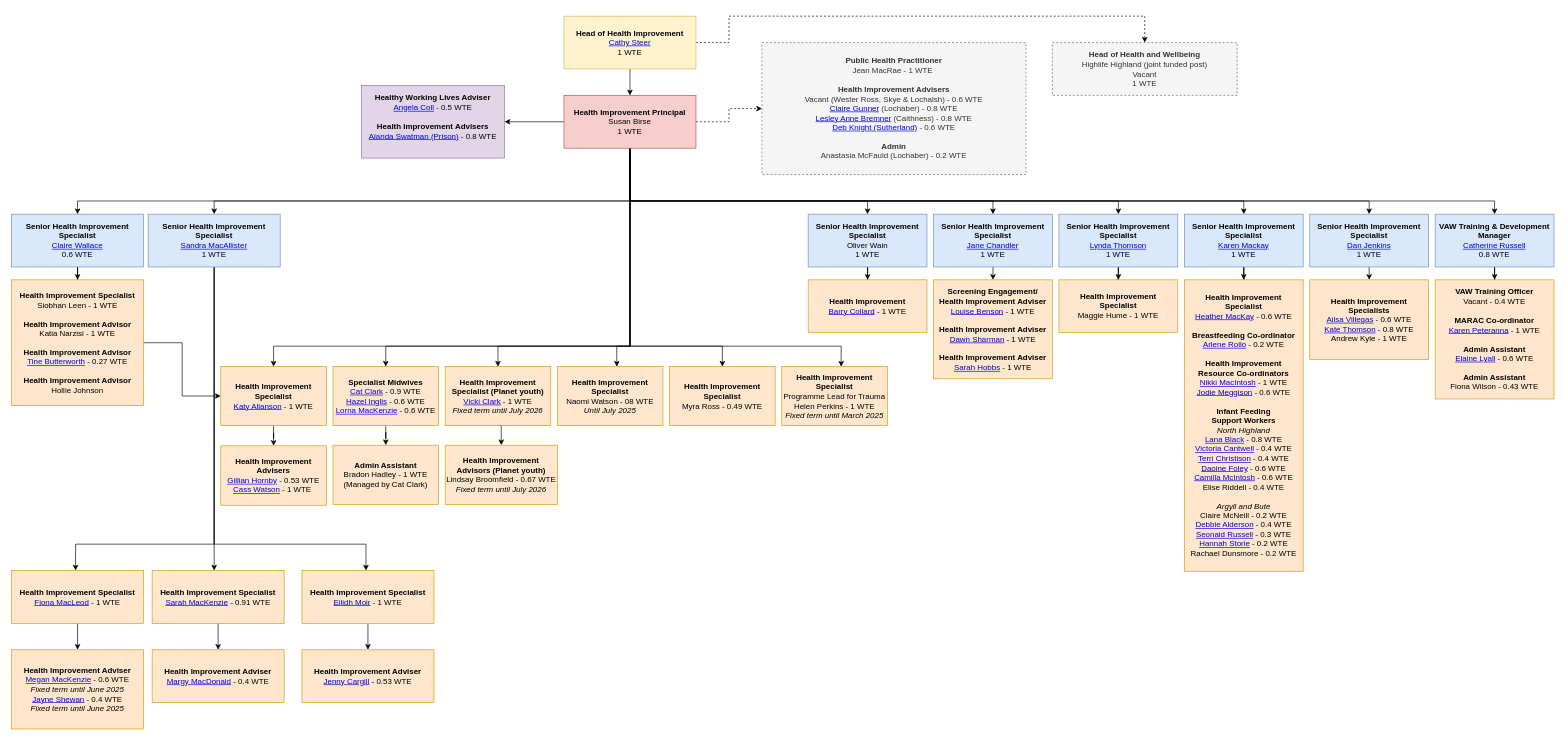
The draw.io diagram Untitled Diagram.drawio in barrycollard/staffOrgChart, before the edit. Source tidied: cells renumbered, new cells numbered last; positions are measured from the earlier drawing's top-left corner, leaving out a move shared by most shapes. Both pictures are drawn from the tidied source at 66%, with x=0, y=0 at pixel (11, 16).
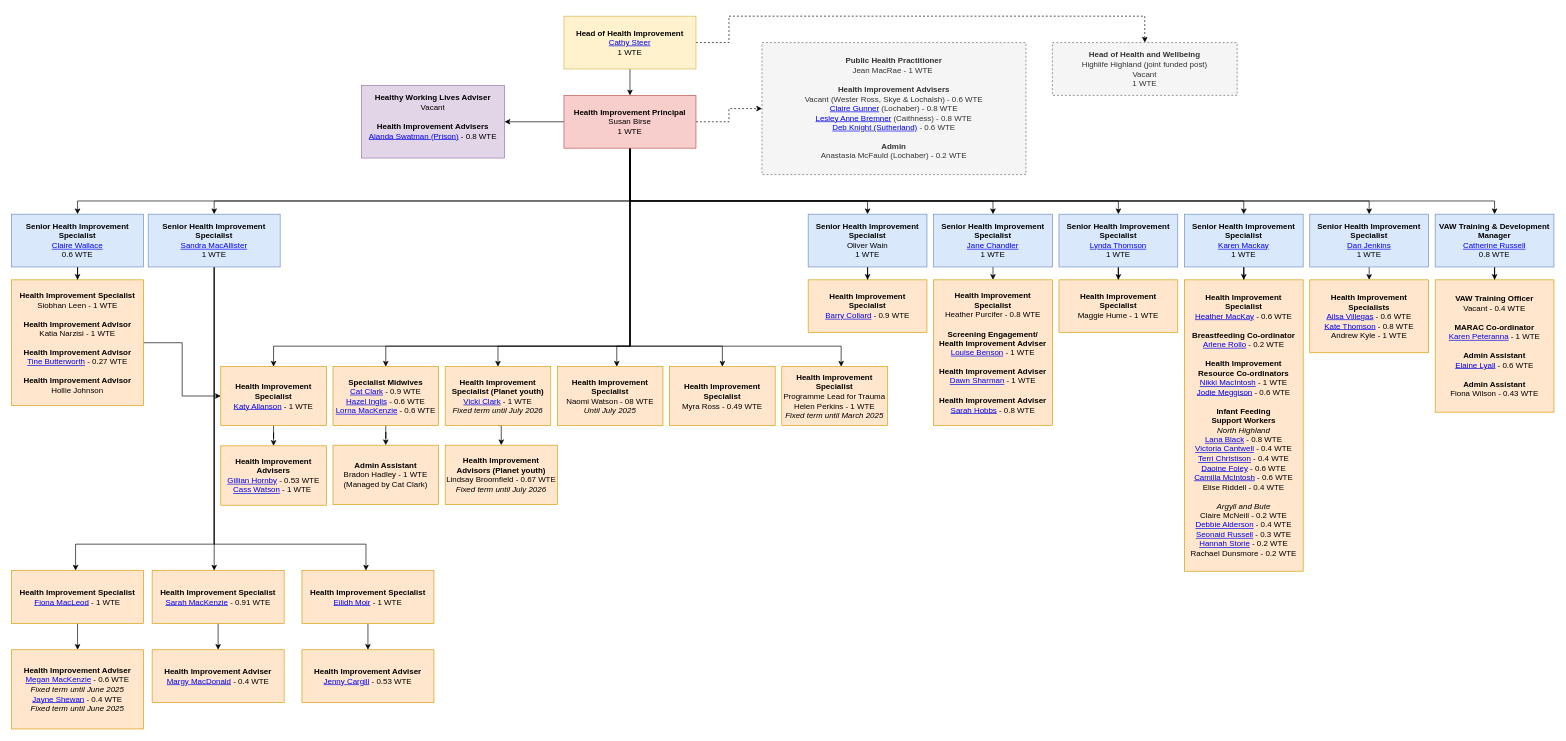
Above is the later version.

Commit message:
Added Heather Percifer

What changed in the source:
```diff
@@
-    <mxCell id="22" value="&lt;div&gt;&lt;b&gt;Healthy Working Lives Adviser&lt;/b&gt;&lt;/div&gt;&lt;div&gt;&lt;a href=&quot;/staff/angela-coll/&quot;&gt;Angela Coll&lt;/a&gt; - 0.5 WTE&lt;/div&gt;&lt;div&gt;&lt;br&gt;&lt;/div&gt;&lt;div&gt;&lt;b style=&quot;background-color: initial;&quot;&gt;Health Improvement Advisers&lt;/b&gt;&lt;br&gt;&lt;/div&gt;&lt;div&gt;&lt;div&gt;&lt;a style=&quot;background-color: initial;&quot; href=&quot;/staff/alanda-swatman/&quot;&gt;Alanda Swatman (Prison)&lt;/a&gt;&lt;span style=&quot;background-color: initial;&quot;&gt; - 0.8 WTE&lt;/span&gt;&lt;br&gt;&lt;/div&gt;&lt;/div&gt;&lt;div&gt;&lt;br&gt;&lt;/div&gt;" style="rounded=0;whiteSpace=wrap;html=1;fillColor=#e1d5e7;strokeColor=#9673a6;" parent="1" vertex="1">
+    <mxCell id="22" value="&lt;div&gt;&lt;b&gt;Healthy Working Lives Adviser&lt;/b&gt;&lt;/div&gt;&lt;div&gt;Vacant&lt;/div&gt;&lt;div&gt;&lt;br&gt;&lt;/div&gt;&lt;div&gt;&lt;b style=&quot;background-color: initial;&quot;&gt;Health Improvement Advisers&lt;/b&gt;&lt;br&gt;&lt;/div&gt;&lt;div&gt;&lt;div&gt;&lt;a style=&quot;background-color: initial;&quot; href=&quot;/staff/alanda-swatman/&quot;&gt;Alanda Swatman (Prison)&lt;/a&gt;&lt;span style=&quot;background-color: initial;&quot;&gt; - 0.8 WTE&lt;/span&gt;&lt;br&gt;&lt;/div&gt;&lt;/div&gt;&lt;div&gt;&lt;br&gt;&lt;/div&gt;" style="rounded=0;whiteSpace=wrap;html=1;fillColor=#e1d5e7;strokeColor=#9673a6;" parent="1" vertex="1">
       <mxGeometry x="530" y="105" width="217" height="110" as="geometry" />
     </mxCell>
@@
-    <mxCell id="44" value="&lt;b&gt;Screening Engagement/&lt;br&gt;Health Improvement Adviser&lt;/b&gt;&lt;div&gt;&lt;a href=&quot;https://nhshighland.publichealth.scot.nhs.uk/staff/louise-benson/&quot;&gt;Louise Benson&lt;/a&gt; - 1 WTE&lt;br&gt;&lt;/div&gt;&lt;div&gt;&lt;br&gt;&lt;/div&gt;&lt;div&gt;&lt;b&gt;Health Improvement Adviser&lt;/b&gt;&lt;/div&gt;&lt;div&gt;&lt;a href=&quot;https://nhshighland.publichealth.scot.nhs.uk/staff/dawn-sharman/&quot;&gt;Dawn Sharman&lt;/a&gt; - 1 WTE&lt;/div&gt;&lt;div&gt;&lt;br&gt;&lt;/div&gt;&lt;div&gt;&lt;div&gt;&lt;b&gt;Health Improvement Adviser&lt;/b&gt;&lt;/div&gt;&lt;div&gt;&lt;a href=&quot;https://nhshighland.publichealth.scot.nhs.uk/staff/sarah-hobbs/&quot;&gt;Sarah Hobbs&lt;/a&gt;&amp;nbsp;- 1 WTE&lt;/div&gt;&lt;/div&gt;" style="rounded=0;whiteSpace=wrap;html=1;fillColor=#ffe6cc;strokeColor=#d79b00;" parent="1" vertex="1">
-      <mxGeometry x="1397" y="399.5" width="180" height="150" as="geometry" />
+    <mxCell id="44" value="&lt;div&gt;&lt;b&gt;Health Improvement&lt;br&gt;Specialist&lt;/b&gt;&lt;/div&gt;&lt;div&gt;Heather Purcifer - 0.8 WTE&lt;/div&gt;&lt;div&gt;&lt;b&gt;&lt;br&gt;&lt;/b&gt;&lt;/div&gt;&lt;b&gt;Screening Engagement/&lt;br&gt;Health Improvement Adviser&lt;/b&gt;&lt;div&gt;&lt;a href=&quot;https://nhshighland.publichealth.scot.nhs.uk/staff/louise-benson/&quot;&gt;Louise Benson&lt;/a&gt; - 1 WTE&lt;br&gt;&lt;/div&gt;&lt;div&gt;&lt;br&gt;&lt;/div&gt;&lt;div&gt;&lt;b&gt;Health Improvement Adviser&lt;/b&gt;&lt;/div&gt;&lt;div&gt;&lt;a href=&quot;https://nhshighland.publichealth.scot.nhs.uk/staff/dawn-sharman/&quot;&gt;Dawn Sharman&lt;/a&gt; - 1 WTE&lt;/div&gt;&lt;div&gt;&lt;br&gt;&lt;/div&gt;&lt;div&gt;&lt;div&gt;&lt;b&gt;Health Improvement Adviser&lt;/b&gt;&lt;/div&gt;&lt;div&gt;&lt;a href=&quot;https://nhshighland.publichealth.scot.nhs.uk/staff/sarah-hobbs/&quot;&gt;Sarah Hobbs&lt;/a&gt;&amp;nbsp;- 0.8 WTE&lt;/div&gt;&lt;/div&gt;" style="rounded=0;whiteSpace=wrap;html=1;fillColor=#ffe6cc;strokeColor=#d79b00;" parent="1" vertex="1">
+      <mxGeometry x="1397" y="399.5" width="180" height="220.5" as="geometry" />
     </mxCell>
@@
     <mxCell id="49" value="&lt;div&gt;&lt;b&gt;VAW Training Officer&lt;/b&gt;&lt;/div&gt;&lt;div&gt;Vacant - 0.4 WTE&lt;/div&gt;&lt;div&gt;&lt;br&gt;&lt;/div&gt;&lt;div&gt;&lt;b&gt;MARAC Co-ordinator&lt;/b&gt;&lt;/div&gt;&lt;div&gt;&lt;a href=&quot;https://nhshighland.publichealth.scot.nhs.uk/staff/karen-peteranna/&quot;&gt;Karen Peteranna&lt;/a&gt; - 1 WTE&lt;/div&gt;&lt;div&gt;&lt;br&gt;&lt;/div&gt;&lt;div&gt;&lt;b&gt;Admin Assistant&lt;/b&gt;&lt;/div&gt;&lt;div&gt;&lt;a href=&quot;https://nhshighland.publichealth.scot.nhs.uk/staff/elaine-lyall/&quot;&gt;Elaine Lyall&lt;/a&gt; - 0.6 WTE&lt;/div&gt;&lt;div&gt;&lt;br&gt;&lt;/div&gt;&lt;div&gt;&lt;b&gt;Admin Assistant&lt;br&gt;&lt;/b&gt;&lt;/div&gt;&lt;div&gt;&lt;span&gt;Fiona Wilson - 0.43 WTE&lt;/span&gt;&lt;br&gt;&lt;/div&gt;" style="rounded=0;whiteSpace=wrap;html=1;fillColor=#ffe6cc;strokeColor=#d79b00;" parent="1" vertex="1">
-      <mxGeometry x="2157" y="399.5" width="180" height="180.5" as="geometry" />
+      <mxGeometry x="2157" y="399.5" width="180" height="200.5" as="geometry" />
     </mxCell>
@@
     <mxCell id="57" value="&lt;div&gt;&lt;b&gt;Health Improvement Specialists&lt;/b&gt;&lt;/div&gt;&lt;div style=&quot;border-color: var(--border-color);&quot;&gt;&lt;a href=&quot;https://nhshighland.publichealth.scot.nhs.uk/staff/ailsa-villegas/&quot;&gt;Ailsa Villegas&lt;/a&gt; - 0.6&lt;span style=&quot;background-color: initial;&quot;&gt;&amp;nbsp;WTE&lt;/span&gt;&lt;/div&gt;&lt;div style=&quot;border-color: var(--border-color);&quot;&gt;&lt;a href=&quot;https://nhshighland.publichealth.scot.nhs.uk/staff/kate-thomson/&quot;&gt;Kate Thomson&lt;/a&gt;&amp;nbsp;- 0.8 WTE&lt;/div&gt;&lt;div style=&quot;border-color: var(--border-color);&quot;&gt;&lt;span style=&quot;background-color: transparent; color: light-dark(rgb(0, 0, 0), rgb(255, 255, 255));&quot;&gt;Andrew Kyle - 1 WTE&lt;/span&gt;&lt;br&gt;&lt;/div&gt;" style="rounded=0;whiteSpace=wrap;html=1;fillColor=#ffe6cc;strokeColor=#d79b00;" parent="1" vertex="1">
-      <mxGeometry x="1967" y="399.5" width="180" height="120.5" as="geometry" />
+      <mxGeometry x="1967" y="399.5" width="180" height="110.5" as="geometry" />
     </mxCell>
@@
-    <mxCell id="71" value="&lt;div&gt;&lt;b style=&quot;background-color: initial;&quot;&gt;Health Improvement&lt;/b&gt;&lt;br&gt;&lt;/div&gt;&lt;div&gt;&lt;div&gt;&lt;a href=&quot;/staff/barry-collard/&quot;&gt;Barry Collard&lt;/a&gt;&lt;span style=&quot;background-color: transparent; color: light-dark(rgb(0, 0, 0), rgb(255, 255, 255));&quot;&gt;&amp;nbsp;- 1 WTE&lt;/span&gt;&lt;br&gt;&lt;/div&gt;&lt;/div&gt;" style="rounded=0;whiteSpace=wrap;html=1;fillColor=#ffe6cc;strokeColor=#d79b00;" parent="1" vertex="1">
+    <mxCell id="71" value="&lt;div&gt;&lt;b style=&quot;background-color: initial;&quot;&gt;Health Improvement&lt;br&gt;&lt;/b&gt;&lt;b&gt;Specialist&lt;/b&gt;&lt;/div&gt;&lt;div&gt;&lt;div&gt;&lt;a href=&quot;/staff/barry-collard/&quot;&gt;Barry Collard&lt;/a&gt;&lt;span style=&quot;background-color: transparent; color: light-dark(rgb(0, 0, 0), rgb(255, 255, 255));&quot;&gt;&amp;nbsp;- 0.9 WTE&lt;/span&gt;&lt;br&gt;&lt;/div&gt;&lt;/div&gt;" style="rounded=0;whiteSpace=wrap;html=1;fillColor=#ffe6cc;strokeColor=#d79b00;" parent="1" vertex="1">
       <mxGeometry x="1207" y="399.5" width="180" height="79.5" as="geometry" />
     </mxCell>
```
